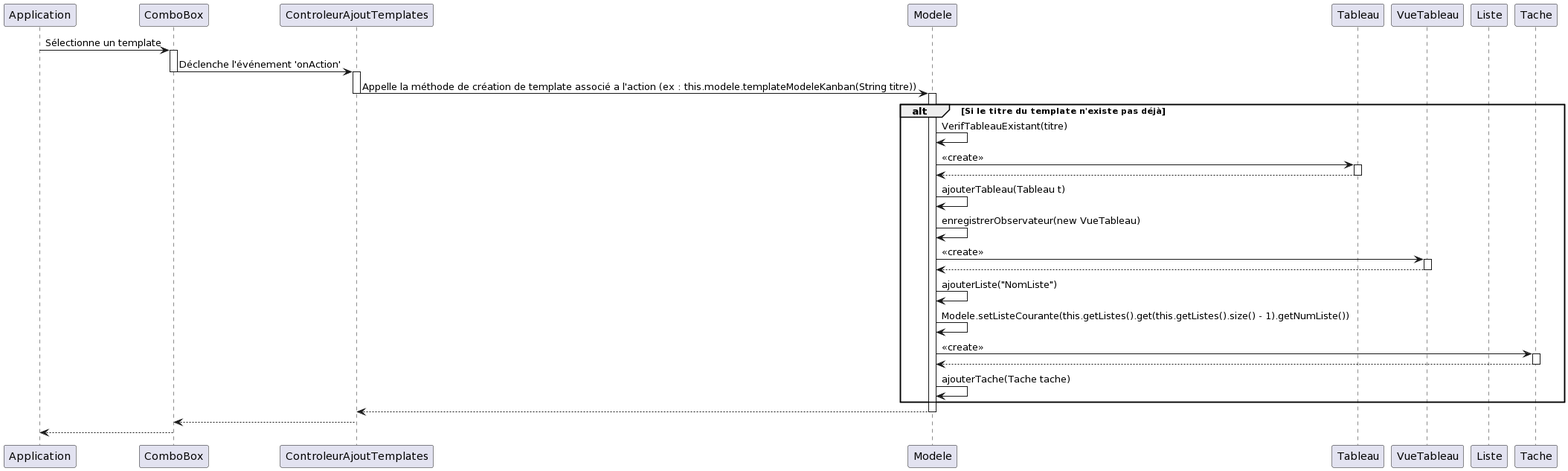
Earlier version of the PlantUML export Documents/Iteration_5/Diag_Seq_ControleurAjoutTemplate.png (shaz267/SAE-3.01-D-veloppement-d-application).
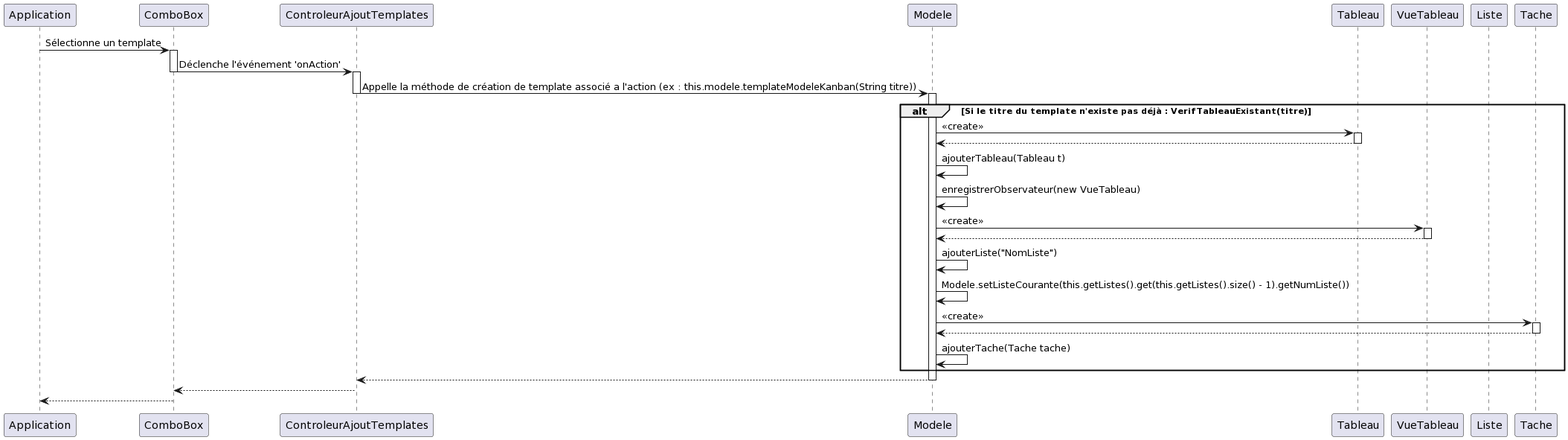
The same diagram one commit later.

Commit message:
Correction sur le diagramme de templates

Diff of the diagram source:
```diff
@@ -16,8 +16,7 @@
 Controleur -> M : Appelle la méthode de création de template associé a l'action (ex : this.modele.templateModeleKanban(String titre))
 deactivate Controleur
 activate M
-alt Si le titre du template n'existe pas déjà
-M -> M : VerifTableauExistant(titre)
+alt Si le titre du template n'existe pas déjà : VerifTableauExistant(titre)
 M -> T : <<create>>
 activate T
 T --> M
```
